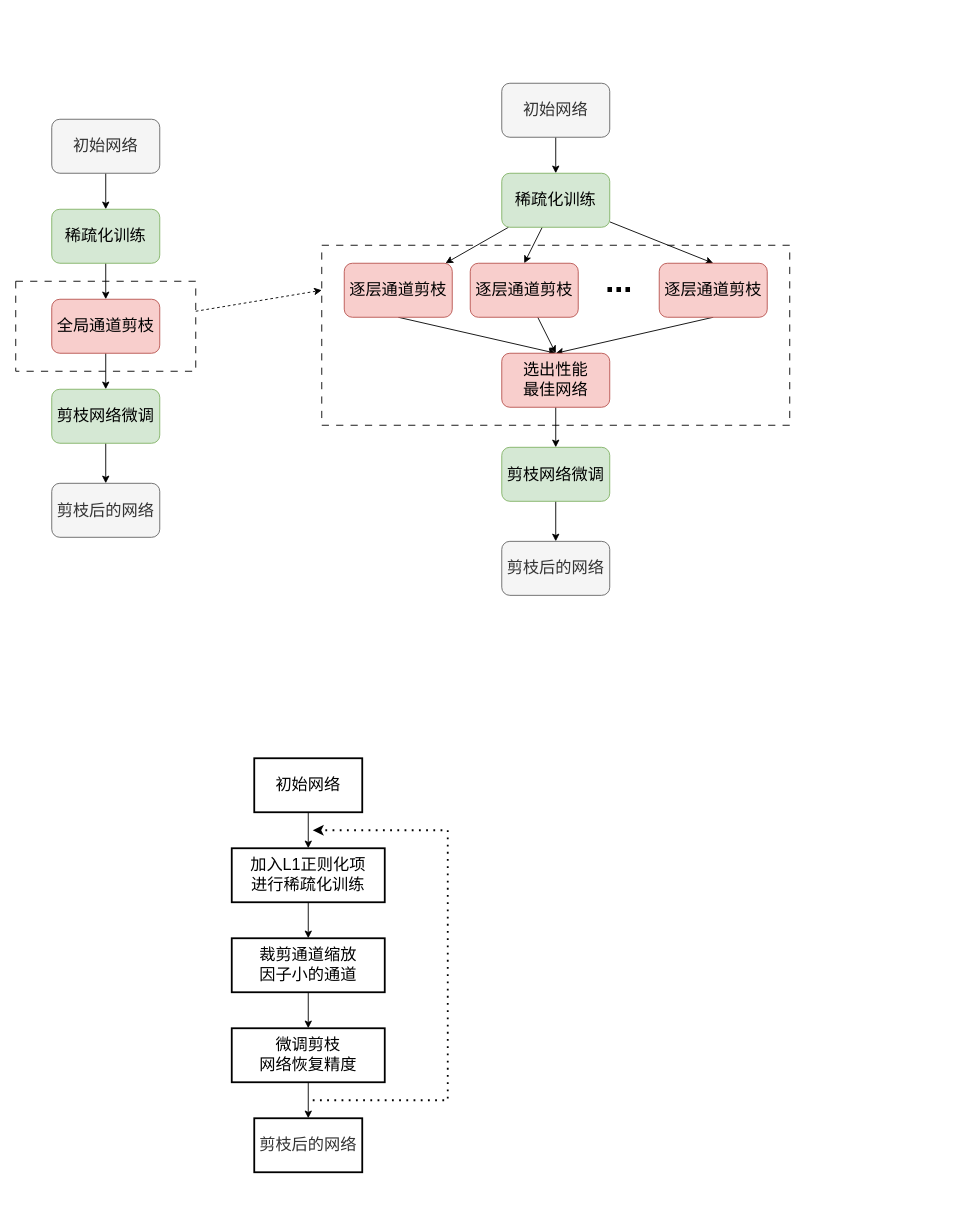
Bukayoooo/Draws keeps this draw.io diagram as 未命名绘图.drawio. Above is the earlier version. Source tidied: cells renumbered, new cells numbered last; positions are measured from the earlier drawing's top-left corner, leaving out a move shared by most shapes. Both pictures are drawn from the tidied source at 90%, with x=0, y=0 at pixel (15, 83).
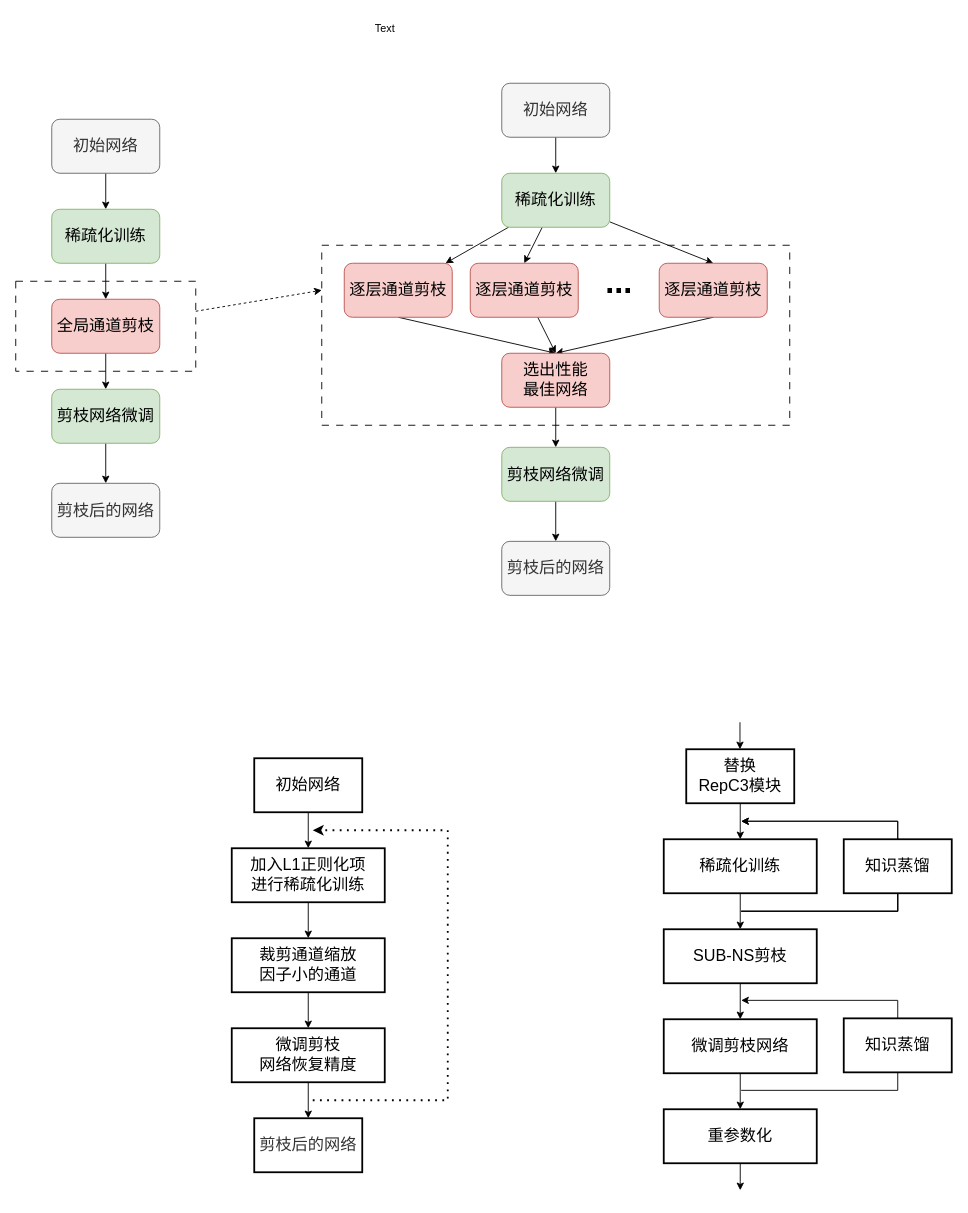
Above is the later version.

Commit message:
更新未命名绘图.drawio

Diff of the diagram source:
```diff
@@
+    <mxCell id="42" value="Text" style="text;html=1;align=center;verticalAlign=middle;strokeColor=none;fillColor=none;" parent="1" vertex="1">
+      <mxGeometry x="385" y="-75" width="50" height="30" as="geometry" />
+    </mxCell>
+    <mxCell id="43" style="edgeStyle=orthogonalEdgeStyle;rounded=0;jettySize=auto;html=1;fontSize=18;" parent="1" edge="1" source="44" target="46">
+      <mxGeometry relative="1" as="geometry" />
+    </mxCell>
+    <mxCell id="44" value="&lt;font style=&quot;font-size: 18px;&quot;&gt;替换&lt;br&gt;RepC3模块&lt;/font&gt;" style="rounded=0;whiteSpace=wrap;html=1;fillColor=none;strokeWidth=2;" parent="1" vertex="1">
+      <mxGeometry x="745" y="740" width="120" height="60" as="geometry" />
+    </mxCell>
+    <mxCell id="45" style="edgeStyle=orthogonalEdgeStyle;rounded=0;jettySize=auto;html=1;fontSize=18;" parent="1" edge="1" source="46" target="48">
+      <mxGeometry relative="1" as="geometry" />
+    </mxCell>
+    <mxCell id="46" value="&lt;span style=&quot;font-size: 18px;&quot;&gt;稀疏化训练&lt;/span&gt;" style="rounded=0;whiteSpace=wrap;html=1;fillColor=none;strokeColor=#000000;glass=0;strokeWidth=2;" parent="1" vertex="1">
+      <mxGeometry x="720" y="840" width="170" height="60" as="geometry" />
+    </mxCell>
+    <mxCell id="47" style="edgeStyle=orthogonalEdgeStyle;rounded=0;jettySize=auto;html=1;fontSize=18;" parent="1" edge="1" source="48" target="50">
+      <mxGeometry relative="1" as="geometry" />
+    </mxCell>
+    <mxCell id="48" value="&lt;span style=&quot;font-size: 18px;&quot;&gt;SUB-NS剪枝&lt;/span&gt;" style="rounded=0;whiteSpace=wrap;html=1;fillColor=none;strokeColor=#000000;strokeWidth=2;" parent="1" vertex="1">
+      <mxGeometry x="720" y="940" width="170" height="60" as="geometry" />
+    </mxCell>
+    <mxCell id="49" style="edgeStyle=orthogonalEdgeStyle;rounded=0;jettySize=auto;html=1;fontSize=18;" parent="1" edge="1" source="50">
+      <mxGeometry relative="1" as="geometry">
+        <mxPoint x="805" y="1140" as="targetPoint" />
+      </mxGeometry>
+    </mxCell>
+    <mxCell id="50" value="&lt;span style=&quot;font-size: 18px;&quot;&gt;微调剪枝网络&lt;/span&gt;" style="rounded=0;whiteSpace=wrap;html=1;fillColor=none;strokeColor=#000000;strokeWidth=2;" parent="1" vertex="1">
+      <mxGeometry x="720" y="1040" width="170" height="60" as="geometry" />
+    </mxCell>
+    <mxCell id="51" style="edgeStyle=orthogonalEdgeStyle;rounded=0;jettySize=auto;html=1;exitX=0.5;exitY=0;exitDx=0;exitDy=0;" parent="1" edge="1" source="52">
+      <mxGeometry relative="1" as="geometry">
+        <mxPoint x="806" y="820" as="targetPoint" />
+        <Array as="points">
+          <mxPoint x="980" y="820" />
+        </Array>
+      </mxGeometry>
+    </mxCell>
+    <mxCell id="52" value="&lt;span style=&quot;font-size: 18px;&quot;&gt;知识蒸馏&lt;/span&gt;" style="rounded=0;whiteSpace=wrap;html=1;fillColor=none;strokeColor=#000000;glass=0;strokeWidth=2;" parent="1" vertex="1">
+      <mxGeometry x="920" y="840" width="120" height="60" as="geometry" />
+    </mxCell>
+    <mxCell id="53" style="edgeStyle=orthogonalEdgeStyle;rounded=0;jettySize=auto;html=1;exitX=0.5;exitY=1;exitDx=0;exitDy=0;startArrow=none;startFill=0;endArrow=none;endFill=0;" parent="1" edge="1" source="52">
+      <mxGeometry relative="1" as="geometry">
+        <mxPoint x="806" y="920" as="targetPoint" />
+        <Array as="points">
+          <mxPoint x="980" y="920" />
+        </Array>
+      </mxGeometry>
+    </mxCell>
+    <mxCell id="54" style="edgeStyle=orthogonalEdgeStyle;rounded=0;jettySize=auto;html=1;" parent="1" edge="1" source="55">
+      <mxGeometry relative="1" as="geometry">
+        <mxPoint x="805" y="1230" as="targetPoint" />
+      </mxGeometry>
+    </mxCell>
+    <mxCell id="55" value="&lt;span style=&quot;font-size: 18px;&quot;&gt;重参数化&lt;/span&gt;" style="rounded=0;whiteSpace=wrap;html=1;fillColor=none;strokeColor=#000000;strokeWidth=2;" parent="1" vertex="1">
+      <mxGeometry x="720" y="1140" width="170" height="60" as="geometry" />
+    </mxCell>
+    <mxCell id="56" style="edgeStyle=orthogonalEdgeStyle;rounded=0;orthogonalLoop=1;jettySize=auto;html=1;exitX=0.5;exitY=1;exitDx=0;exitDy=0;startArrow=none;startFill=0;endArrow=none;endFill=0;" parent="1" edge="1">
+      <mxGeometry relative="1" as="geometry">
+        <mxPoint x="980" y="900" as="sourcePoint" />
+        <mxPoint x="806" y="920" as="targetPoint" />
+        <Array as="points">
+          <mxPoint x="980" y="920" />
+        </Array>
+      </mxGeometry>
+    </mxCell>
+    <mxCell id="57" style="edgeStyle=orthogonalEdgeStyle;rounded=0;orthogonalLoop=1;jettySize=auto;html=1;exitX=0.5;exitY=1;exitDx=0;exitDy=0;startArrow=none;startFill=0;endArrow=none;endFill=0;" parent="1" edge="1">
+      <mxGeometry relative="1" as="geometry">
+        <mxPoint x="980" y="900" as="sourcePoint" />
+        <mxPoint x="806" y="920" as="targetPoint" />
+        <Array as="points">
+          <mxPoint x="980" y="920" />
+        </Array>
+      </mxGeometry>
+    </mxCell>
+    <mxCell id="58" style="edgeStyle=orthogonalEdgeStyle;rounded=0;orthogonalLoop=1;jettySize=auto;html=1;exitX=0.5;exitY=0;exitDx=0;exitDy=0;" parent="1" edge="1">
+      <mxGeometry relative="1" as="geometry">
+        <mxPoint x="980" y="840" as="sourcePoint" />
+        <mxPoint x="806" y="820" as="targetPoint" />
+        <Array as="points">
+          <mxPoint x="980" y="820" />
+        </Array>
+      </mxGeometry>
+    </mxCell>
+    <mxCell id="59" value="&lt;span style=&quot;font-size: 18px;&quot;&gt;知识蒸馏&lt;/span&gt;" style="rounded=0;whiteSpace=wrap;html=1;fillColor=none;strokeColor=#000000;glass=0;strokeWidth=2;" parent="1" vertex="1">
+      <mxGeometry x="920" y="1039" width="120" height="60" as="geometry" />
+    </mxCell>
+    <mxCell id="60" style="edgeStyle=orthogonalEdgeStyle;rounded=0;orthogonalLoop=1;jettySize=auto;html=1;exitX=0.5;exitY=1;exitDx=0;exitDy=0;startArrow=none;startFill=0;endArrow=none;endFill=0;" parent="1" edge="1">
+      <mxGeometry relative="1" as="geometry">
+        <mxPoint x="980" y="1099" as="sourcePoint" />
+        <mxPoint x="806" y="1119" as="targetPoint" />
+        <Array as="points">
+          <mxPoint x="980" y="1119" />
+        </Array>
+      </mxGeometry>
+    </mxCell>
+    <mxCell id="61" style="edgeStyle=orthogonalEdgeStyle;rounded=0;orthogonalLoop=1;jettySize=auto;html=1;exitX=0.5;exitY=0;exitDx=0;exitDy=0;" parent="1" edge="1">
+      <mxGeometry relative="1" as="geometry">
+        <mxPoint x="980" y="1039" as="sourcePoint" />
+        <mxPoint x="806" y="1019" as="targetPoint" />
+        <Array as="points">
+          <mxPoint x="980" y="1019" />
+        </Array>
+      </mxGeometry>
+    </mxCell>
+    <mxCell id="62" style="edgeStyle=orthogonalEdgeStyle;rounded=0;orthogonalLoop=1;jettySize=auto;html=1;" parent="1" edge="1">
+      <mxGeometry relative="1" as="geometry">
+        <mxPoint x="804.7" y="710" as="sourcePoint" />
+        <mxPoint x="804.7" y="740" as="targetPoint" />
+      </mxGeometry>
+    </mxCell>
```
